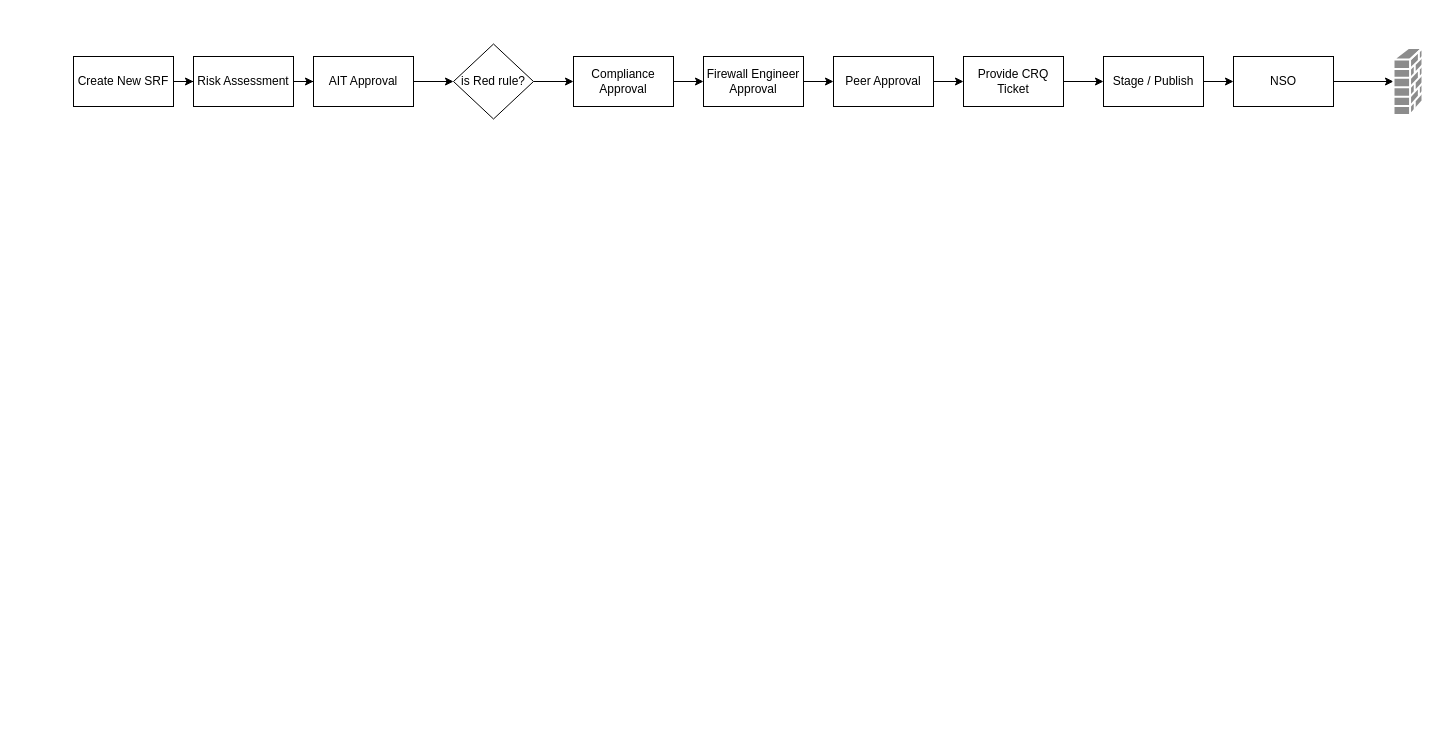
Above: SRF Life Cycle.drawio in nilaratandas/drowInventory (draw.io), before the change. Source tidied: cells renumbered, new cells numbered last; positions are measured from the earlier drawing's top-left corner, leaving out a move shared by most shapes. Both pictures are drawn from the tidied source at 100%, with x=0, y=0 at pixel (73, 44).
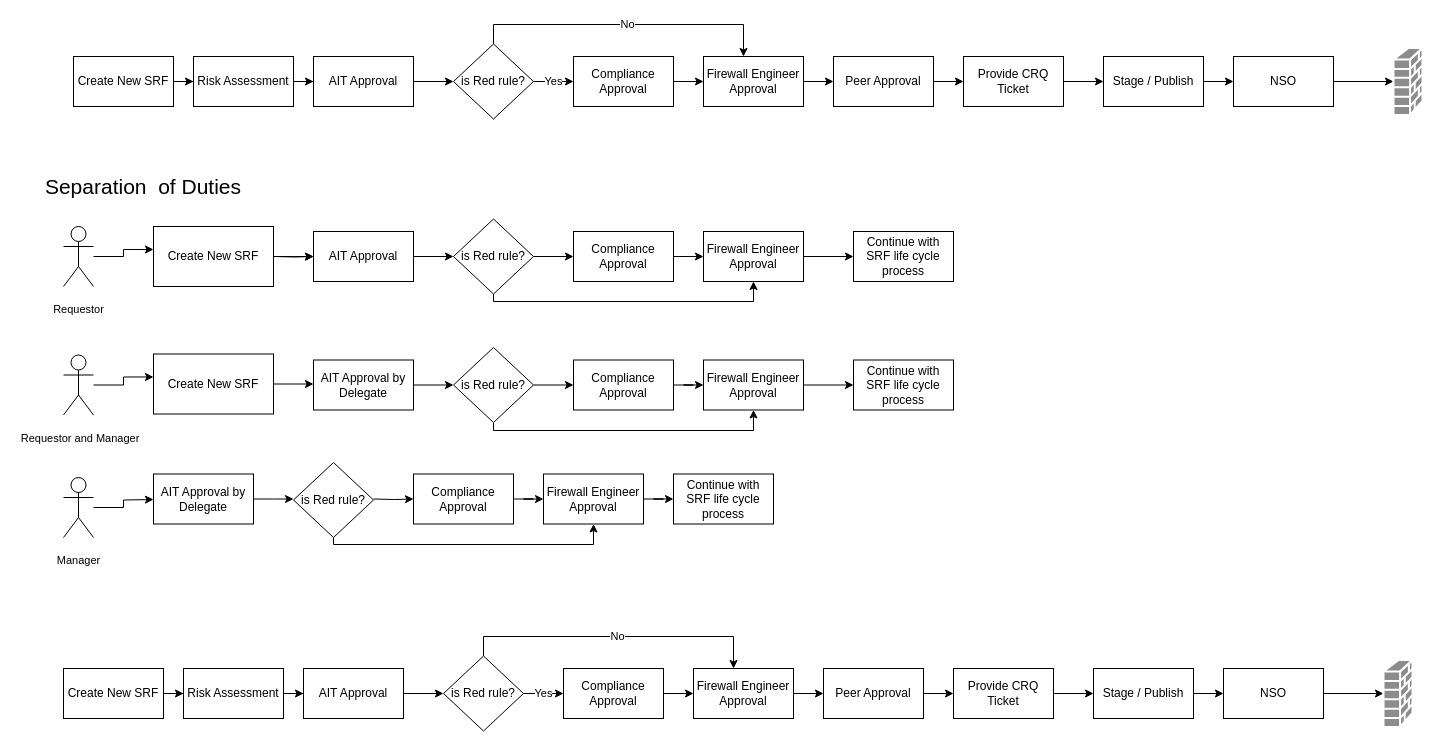
After the change.

Unchanged cells that the change refers to:
```xml
<mxCell id="9" value="Compliance Approval" style="rounded=0;whiteSpace=wrap;html=1;" parent="1" vertex="1">
  <mxGeometry x="500" y="12" width="100" height="50" as="geometry" />
</mxCell>
<mxCell id="11" value="is Red rule?" style="rhombus;whiteSpace=wrap;html=1;" parent="1" vertex="1">
  <mxGeometry x="380" y="-0.5" width="80" height="75" as="geometry" />
</mxCell>
<mxCell id="13" value="Firewall Engineer Approval" style="rounded=0;whiteSpace=wrap;html=1;" parent="1" vertex="1">
  <mxGeometry x="630" y="12" width="100" height="50" as="geometry" />
</mxCell>
```

Change to the diagram source:
```diff
@@
-    <mxCell id="10" style="edgeStyle=orthogonalEdgeStyle;rounded=0;jettySize=auto;html=1;entryX=0;entryY=0.5;entryDx=0;entryDy=0;" parent="1" edge="1" source="11" target="9">
+    <mxCell id="10" value="Yes" style="edgeStyle=orthogonalEdgeStyle;rounded=0;jettySize=auto;html=1;entryX=0;entryY=0.5;entryDx=0;entryDy=0;" parent="1" edge="1" source="11" target="9">
       <mxGeometry relative="1" as="geometry" />
     </mxCell>
+    <mxCell id="23" style="edgeStyle=orthogonalEdgeStyle;rounded=0;jettySize=auto;html=1;entryX=0.4;entryY=0;entryDx=0;entryDy=0;entryPerimeter=0;fontSize=11;" parent="1" edge="1" source="11" target="13">
+      <mxGeometry relative="1" as="geometry">
+        <Array as="points">
+          <mxPoint x="420" y="-20" />
+          <mxPoint x="670" y="-20" />
+        </Array>
+      </mxGeometry>
+    </mxCell>
+    <mxCell id="24" value="No" style="edgeLabel;html=1;align=center;verticalAlign=middle;fontSize=11;" parent="23" vertex="1">
+      <mxGeometry x="0.01" y="1" relative="1" as="geometry">
+        <mxPoint x="1" as="offset" />
+      </mxGeometry>
+    </mxCell>
@@
+    <mxCell id="25" style="edgeStyle=orthogonalEdgeStyle;rounded=0;jettySize=auto;html=1;fontSize=11;" parent="1" edge="1" source="26">
+      <mxGeometry relative="1" as="geometry">
+        <mxPoint x="240" y="212" as="targetPoint" />
+      </mxGeometry>
+    </mxCell>
+    <mxCell id="26" value="Create New SRF" style="rounded=0;whiteSpace=wrap;html=1;" parent="1" vertex="1">
+      <mxGeometry x="80" y="182" width="120" height="60" as="geometry" />
+    </mxCell>
+    <mxCell id="27" value="Separation&amp;nbsp; of Duties" style="text;html=1;strokeColor=none;fillColor=none;align=center;verticalAlign=middle;whiteSpace=wrap;rounded=0;fontSize=21;" parent="1" vertex="1">
+      <mxGeometry x="-40" y="122" width="220" height="40" as="geometry" />
+    </mxCell>
+    <mxCell id="28" style="edgeStyle=orthogonalEdgeStyle;rounded=0;jettySize=auto;html=1;entryX=0;entryY=0.383;entryDx=0;entryDy=0;entryPerimeter=0;fontSize=11;" parent="1" edge="1" source="29" target="26">
+      <mxGeometry relative="1" as="geometry" />
+    </mxCell>
+    <mxCell id="29" value="&lt;font style=&quot;font-size: 11px&quot;&gt;Requestor&lt;/font&gt;" style="shape=umlActor;verticalLabelPosition=bottom;verticalAlign=top;html=1;outlineConnect=0;fontSize=21;" parent="1" vertex="1">
+      <mxGeometry x="-10" y="182" width="30" height="60" as="geometry" />
+    </mxCell>
+    <mxCell id="30" style="edgeStyle=orthogonalEdgeStyle;rounded=0;jettySize=auto;html=1;entryX=0;entryY=0.5;entryDx=0;entryDy=0;fontSize=11;" parent="1" edge="1" target="32">
+      <mxGeometry relative="1" as="geometry">
+        <mxPoint x="200" y="212" as="sourcePoint" />
+      </mxGeometry>
+    </mxCell>
+    <mxCell id="31" style="edgeStyle=orthogonalEdgeStyle;rounded=0;jettySize=auto;html=1;entryX=0;entryY=0.5;entryDx=0;entryDy=0;" parent="1" edge="1" source="32" target="37">
+      <mxGeometry relative="1" as="geometry" />
+    </mxCell>
+    <mxCell id="32" value="AIT Approval" style="rounded=0;whiteSpace=wrap;html=1;" parent="1" vertex="1">
+      <mxGeometry x="240" y="187" width="100" height="50" as="geometry" />
+    </mxCell>
+    <mxCell id="33" style="edgeStyle=orthogonalEdgeStyle;rounded=0;jettySize=auto;html=1;entryX=0;entryY=0.5;entryDx=0;entryDy=0;" parent="1" edge="1" source="34" target="39">
+      <mxGeometry relative="1" as="geometry" />
+    </mxCell>
+    <mxCell id="34" value="Compliance Approval" style="rounded=0;whiteSpace=wrap;html=1;" parent="1" vertex="1">
+      <mxGeometry x="500" y="187" width="100" height="50" as="geometry" />
+    </mxCell>
+    <mxCell id="35" style="edgeStyle=orthogonalEdgeStyle;rounded=0;jettySize=auto;html=1;entryX=0;entryY=0.5;entryDx=0;entryDy=0;" parent="1" edge="1" source="37" target="34">
+      <mxGeometry relative="1" as="geometry" />
+    </mxCell>
+    <mxCell id="36" style="edgeStyle=orthogonalEdgeStyle;rounded=0;jettySize=auto;html=1;entryX=0.5;entryY=1;entryDx=0;entryDy=0;fontSize=11;" parent="1" edge="1" source="37" target="39">
+      <mxGeometry relative="1" as="geometry">
+        <Array as="points">
+          <mxPoint x="420" y="257" />
+          <mxPoint x="680" y="257" />
+        </Array>
+      </mxGeometry>
+    </mxCell>
+    <mxCell id="37" value="is Red rule?" style="rhombus;whiteSpace=wrap;html=1;" parent="1" vertex="1">
+      <mxGeometry x="380" y="174.5" width="80" height="75" as="geometry" />
+    </mxCell>
+    <mxCell id="38" style="edgeStyle=orthogonalEdgeStyle;rounded=0;jettySize=auto;html=1;fontSize=11;" parent="1" edge="1" source="39" target="40">
+      <mxGeometry relative="1" as="geometry" />
+    </mxCell>
+    <mxCell id="39" value="Firewall Engineer Approval" style="rounded=0;whiteSpace=wrap;html=1;" parent="1" vertex="1">
+      <mxGeometry x="630" y="187" width="100" height="50" as="geometry" />
+    </mxCell>
+    <mxCell id="40" value="Continue with SRF life cycle process" style="whiteSpace=wrap;html=1;rounded=0;" parent="1" vertex="1">
+      <mxGeometry x="780" y="187" width="100" height="50" as="geometry" />
+    </mxCell>
+    <mxCell id="41" style="edgeStyle=orthogonalEdgeStyle;rounded=0;jettySize=auto;html=1;fontSize=11;" parent="1" edge="1" source="42">
+      <mxGeometry relative="1" as="geometry">
+        <mxPoint x="240" y="339.5" as="targetPoint" />
+      </mxGeometry>
+    </mxCell>
+    <mxCell id="42" value="Create New SRF" style="rounded=0;whiteSpace=wrap;html=1;" parent="1" vertex="1">
+      <mxGeometry x="80" y="309.5" width="120" height="60" as="geometry" />
+    </mxCell>
+    <mxCell id="43" style="edgeStyle=orthogonalEdgeStyle;rounded=0;jettySize=auto;html=1;entryX=0;entryY=0.383;entryDx=0;entryDy=0;entryPerimeter=0;fontSize=11;" parent="1" edge="1" source="44" target="42">
+      <mxGeometry relative="1" as="geometry" />
+    </mxCell>
+    <mxCell id="44" value="&lt;span style=&quot;font-size: 11px&quot;&gt;&amp;nbsp;Requestor and&amp;nbsp;Manager&lt;/span&gt;" style="shape=umlActor;verticalLabelPosition=bottom;verticalAlign=top;html=1;outlineConnect=0;fontSize=21;" parent="1" vertex="1">
+      <mxGeometry x="-10" y="310.5" width="30" height="60" as="geometry" />
+    </mxCell>
+    <mxCell id="45" style="edgeStyle=orthogonalEdgeStyle;rounded=0;jettySize=auto;html=1;entryX=0;entryY=0.5;entryDx=0;entryDy=0;" parent="1" edge="1" source="46" target="51">
+      <mxGeometry relative="1" as="geometry" />
+    </mxCell>
+    <mxCell id="46" value="AIT Approval by Delegate" style="rounded=0;whiteSpace=wrap;html=1;" parent="1" vertex="1">
+      <mxGeometry x="240" y="315.5" width="100" height="50" as="geometry" />
+    </mxCell>
+    <mxCell id="47" style="edgeStyle=orthogonalEdgeStyle;rounded=0;jettySize=auto;html=1;entryX=0;entryY=0.5;entryDx=0;entryDy=0;" parent="1" edge="1" source="48" target="53">
+      <mxGeometry relative="1" as="geometry" />
+    </mxCell>
+    <mxCell id="48" value="Compliance Approval" style="rounded=0;whiteSpace=wrap;html=1;" parent="1" vertex="1">
+      <mxGeometry x="500" y="315.5" width="100" height="50" as="geometry" />
+    </mxCell>
+    <mxCell id="49" style="edgeStyle=orthogonalEdgeStyle;rounded=0;jettySize=auto;html=1;entryX=0;entryY=0.5;entryDx=0;entryDy=0;" parent="1" edge="1" source="51" target="48">
+      <mxGeometry relative="1" as="geometry" />
+    </mxCell>
+    <mxCell id="50" style="edgeStyle=orthogonalEdgeStyle;rounded=0;jettySize=auto;html=1;entryX=0.5;entryY=1;entryDx=0;entryDy=0;fontSize=11;" parent="1" edge="1" source="51" target="53">
+      <mxGeometry relative="1" as="geometry">
+        <Array as="points">
+          <mxPoint x="420" y="386" />
+          <mxPoint x="680" y="386" />
+        </Array>
+      </mxGeometry>
+    </mxCell>
+    <mxCell id="51" value="is Red rule?" style="rhombus;whiteSpace=wrap;html=1;" parent="1" vertex="1">
+      <mxGeometry x="380" y="303" width="80" height="75" as="geometry" />
+    </mxCell>
+    <mxCell id="52" style="edgeStyle=orthogonalEdgeStyle;rounded=0;jettySize=auto;html=1;fontSize=11;" parent="1" edge="1" source="53" target="54">
+      <mxGeometry relative="1" as="geometry" />
+    </mxCell>
+    <mxCell id="53" value="Firewall Engineer Approval" style="rounded=0;whiteSpace=wrap;html=1;" parent="1" vertex="1">
+      <mxGeometry x="630" y="315.5" width="100" height="50" as="geometry" />
+    </mxCell>
+    <mxCell id="54" value="Continue with SRF life cycle process" style="whiteSpace=wrap;html=1;rounded=0;" parent="1" vertex="1">
+      <mxGeometry x="780" y="315.5" width="100" height="50" as="geometry" />
+    </mxCell>
+    <mxCell id="55" style="edgeStyle=orthogonalEdgeStyle;rounded=0;jettySize=auto;html=1;entryX=0;entryY=0.383;entryDx=0;entryDy=0;entryPerimeter=0;fontSize=11;" parent="1" edge="1" source="56">
+      <mxGeometry relative="1" as="geometry">
+        <mxPoint x="80" y="455" as="targetPoint" />
+      </mxGeometry>
+    </mxCell>
+    <mxCell id="56" value="&lt;span style=&quot;font-size: 11px&quot;&gt;Manager&lt;/span&gt;" style="shape=umlActor;verticalLabelPosition=bottom;verticalAlign=top;html=1;outlineConnect=0;fontSize=21;" parent="1" vertex="1">
+      <mxGeometry x="-10" y="433" width="30" height="60" as="geometry" />
+    </mxCell>
+    <mxCell id="57" style="edgeStyle=orthogonalEdgeStyle;rounded=0;jettySize=auto;html=1;entryX=0;entryY=0.5;entryDx=0;entryDy=0;" parent="1" edge="1" source="58">
+      <mxGeometry relative="1" as="geometry">
+        <mxPoint x="220" y="454.5" as="targetPoint" />
+      </mxGeometry>
+    </mxCell>
+    <mxCell id="58" value="AIT Approval by Delegate" style="rounded=0;whiteSpace=wrap;html=1;" parent="1" vertex="1">
+      <mxGeometry x="80" y="429.5" width="100" height="50" as="geometry" />
+    </mxCell>
+    <mxCell id="59" style="edgeStyle=orthogonalEdgeStyle;rounded=0;jettySize=auto;html=1;entryX=0;entryY=0.5;entryDx=0;entryDy=0;" parent="1" edge="1" source="60" target="63">
+      <mxGeometry relative="1" as="geometry" />
+    </mxCell>
+    <mxCell id="60" value="Compliance Approval" style="rounded=0;whiteSpace=wrap;html=1;" parent="1" vertex="1">
+      <mxGeometry x="340" y="429.5" width="100" height="50" as="geometry" />
+    </mxCell>
+    <mxCell id="61" style="edgeStyle=orthogonalEdgeStyle;rounded=0;jettySize=auto;html=1;entryX=0;entryY=0.5;entryDx=0;entryDy=0;" parent="1" edge="1" target="60">
+      <mxGeometry relative="1" as="geometry">
+        <mxPoint x="300" y="454.5" as="sourcePoint" />
+      </mxGeometry>
+    </mxCell>
+    <mxCell id="62" style="edgeStyle=orthogonalEdgeStyle;rounded=0;jettySize=auto;html=1;fontSize=11;" parent="1" edge="1" source="63" target="64">
+      <mxGeometry relative="1" as="geometry" />
+    </mxCell>
+    <mxCell id="63" value="Firewall Engineer Approval" style="rounded=0;whiteSpace=wrap;html=1;" parent="1" vertex="1">
+      <mxGeometry x="470" y="429.5" width="100" height="50" as="geometry" />
+    </mxCell>
+    <mxCell id="64" value="Continue with SRF life cycle process" style="whiteSpace=wrap;html=1;rounded=0;" parent="1" vertex="1">
+      <mxGeometry x="600" y="429.5" width="100" height="50" as="geometry" />
+    </mxCell>
+    <mxCell id="65" style="edgeStyle=orthogonalEdgeStyle;rounded=0;jettySize=auto;html=1;entryX=0.5;entryY=1;entryDx=0;entryDy=0;fontSize=11;" parent="1" edge="1" source="66" target="63">
+      <mxGeometry relative="1" as="geometry">
+        <Array as="points">
+          <mxPoint x="260" y="500" />
+          <mxPoint x="520" y="500" />
+        </Array>
+      </mxGeometry>
+    </mxCell>
+    <mxCell id="66" value="is Red rule?" style="rhombus;whiteSpace=wrap;html=1;" parent="1" vertex="1">
+      <mxGeometry x="220" y="418" width="80" height="75" as="geometry" />
+    </mxCell>
+    <mxCell id="67" style="edgeStyle=orthogonalEdgeStyle;rounded=0;jettySize=auto;html=1;" parent="1" edge="1" source="68" target="70">
+      <mxGeometry relative="1" as="geometry" />
+    </mxCell>
+    <mxCell id="68" value="Create New SRF" style="rounded=0;whiteSpace=wrap;html=1;" parent="1" vertex="1">
+      <mxGeometry x="-10" y="624" width="100" height="50" as="geometry" />
+    </mxCell>
+    <mxCell id="69" style="edgeStyle=orthogonalEdgeStyle;rounded=0;jettySize=auto;html=1;" parent="1" edge="1" source="70" target="72">
+      <mxGeometry relative="1" as="geometry" />
+    </mxCell>
+    <mxCell id="70" value="Risk Assessment" style="rounded=0;whiteSpace=wrap;html=1;" parent="1" vertex="1">
+      <mxGeometry x="110" y="624" width="100" height="50" as="geometry" />
+    </mxCell>
+    <mxCell id="71" style="edgeStyle=orthogonalEdgeStyle;rounded=0;jettySize=auto;html=1;entryX=0;entryY=0.5;entryDx=0;entryDy=0;" parent="1" edge="1" source="72" target="78">
+      <mxGeometry relative="1" as="geometry" />
+    </mxCell>
+    <mxCell id="72" value="AIT Approval" style="rounded=0;whiteSpace=wrap;html=1;" parent="1" vertex="1">
+      <mxGeometry x="230" y="624" width="100" height="50" as="geometry" />
+    </mxCell>
+    <mxCell id="73" style="edgeStyle=orthogonalEdgeStyle;rounded=0;jettySize=auto;html=1;entryX=0;entryY=0.5;entryDx=0;entryDy=0;" parent="1" edge="1" source="74" target="80">
+      <mxGeometry relative="1" as="geometry" />
+    </mxCell>
+    <mxCell id="74" value="Compliance Approval" style="rounded=0;whiteSpace=wrap;html=1;" parent="1" vertex="1">
+      <mxGeometry x="490" y="624" width="100" height="50" as="geometry" />
+    </mxCell>
+    <mxCell id="75" value="Yes" style="edgeStyle=orthogonalEdgeStyle;rounded=0;jettySize=auto;html=1;entryX=0;entryY=0.5;entryDx=0;entryDy=0;" parent="1" edge="1" source="78" target="74">
+      <mxGeometry relative="1" as="geometry" />
+    </mxCell>
+    <mxCell id="76" style="edgeStyle=orthogonalEdgeStyle;rounded=0;jettySize=auto;html=1;entryX=0.4;entryY=0;entryDx=0;entryDy=0;entryPerimeter=0;fontSize=11;" parent="1" edge="1" source="78" target="80">
+      <mxGeometry relative="1" as="geometry">
+        <Array as="points">
+          <mxPoint x="410" y="592" />
+          <mxPoint x="660" y="592" />
+        </Array>
+      </mxGeometry>
+    </mxCell>
+    <mxCell id="77" value="No" style="edgeLabel;html=1;align=center;verticalAlign=middle;fontSize=11;" parent="76" vertex="1">
+      <mxGeometry x="0.01" y="1" relative="1" as="geometry">
+        <mxPoint x="1" as="offset" />
+      </mxGeometry>
+    </mxCell>
+    <mxCell id="78" value="is Red rule?" style="rhombus;whiteSpace=wrap;html=1;" parent="1" vertex="1">
+      <mxGeometry x="370" y="611.5" width="80" height="75" as="geometry" />
+    </mxCell>
+    <mxCell id="79" style="edgeStyle=orthogonalEdgeStyle;rounded=0;jettySize=auto;html=1;entryX=0;entryY=0.5;entryDx=0;entryDy=0;" parent="1" edge="1" source="80" target="82">
+      <mxGeometry relative="1" as="geometry" />
+    </mxCell>
+    <mxCell id="80" value="Firewall Engineer Approval" style="rounded=0;whiteSpace=wrap;html=1;" parent="1" vertex="1">
+      <mxGeometry x="620" y="624" width="100" height="50" as="geometry" />
+    </mxCell>
+    <mxCell id="81" style="edgeStyle=orthogonalEdgeStyle;rounded=0;jettySize=auto;html=1;" parent="1" edge="1" source="82" target="84">
+      <mxGeometry relative="1" as="geometry" />
+    </mxCell>
+    <mxCell id="82" value="Peer Approval" style="rounded=0;whiteSpace=wrap;html=1;" parent="1" vertex="1">
+      <mxGeometry x="750" y="624" width="100" height="50" as="geometry" />
+    </mxCell>
+    <mxCell id="83" style="edgeStyle=orthogonalEdgeStyle;rounded=0;jettySize=auto;html=1;entryX=0;entryY=0.5;entryDx=0;entryDy=0;" parent="1" edge="1" source="84" target="86">
+      <mxGeometry relative="1" as="geometry" />
+    </mxCell>
+    <mxCell id="84" value="Provide CRQ Ticket" style="rounded=0;whiteSpace=wrap;html=1;" parent="1" vertex="1">
+      <mxGeometry x="880" y="624" width="100" height="50" as="geometry" />
+    </mxCell>
+    <mxCell id="85" style="edgeStyle=orthogonalEdgeStyle;rounded=0;jettySize=auto;html=1;" parent="1" edge="1" source="86" target="88">
+      <mxGeometry relative="1" as="geometry" />
+    </mxCell>
+    <mxCell id="86" value="Stage / Publish" style="rounded=0;whiteSpace=wrap;html=1;" parent="1" vertex="1">
+      <mxGeometry x="1020" y="624" width="100" height="50" as="geometry" />
+    </mxCell>
+    <mxCell id="87" style="edgeStyle=orthogonalEdgeStyle;rounded=0;jettySize=auto;html=1;" parent="1" edge="1" source="88" target="89">
+      <mxGeometry relative="1" as="geometry" />
+    </mxCell>
+    <mxCell id="88" value="NSO" style="rounded=0;whiteSpace=wrap;html=1;" parent="1" vertex="1">
+      <mxGeometry x="1150" y="624" width="100" height="50" as="geometry" />
+    </mxCell>
+    <mxCell id="89" style="shape=mxgraph.cisco.security.firewall;sketch=0;html=1;dashed=0;fillColor=#8C8C8C;strokeColor=#ffffff;strokeWidth=2;verticalLabelPosition=bottom;verticalAlign=top;align=center;outlineConnect=0;" parent="1" vertex="1">
+      <mxGeometry x="1310" y="615.5" width="29" height="67" as="geometry" />
+    </mxCell>
```
